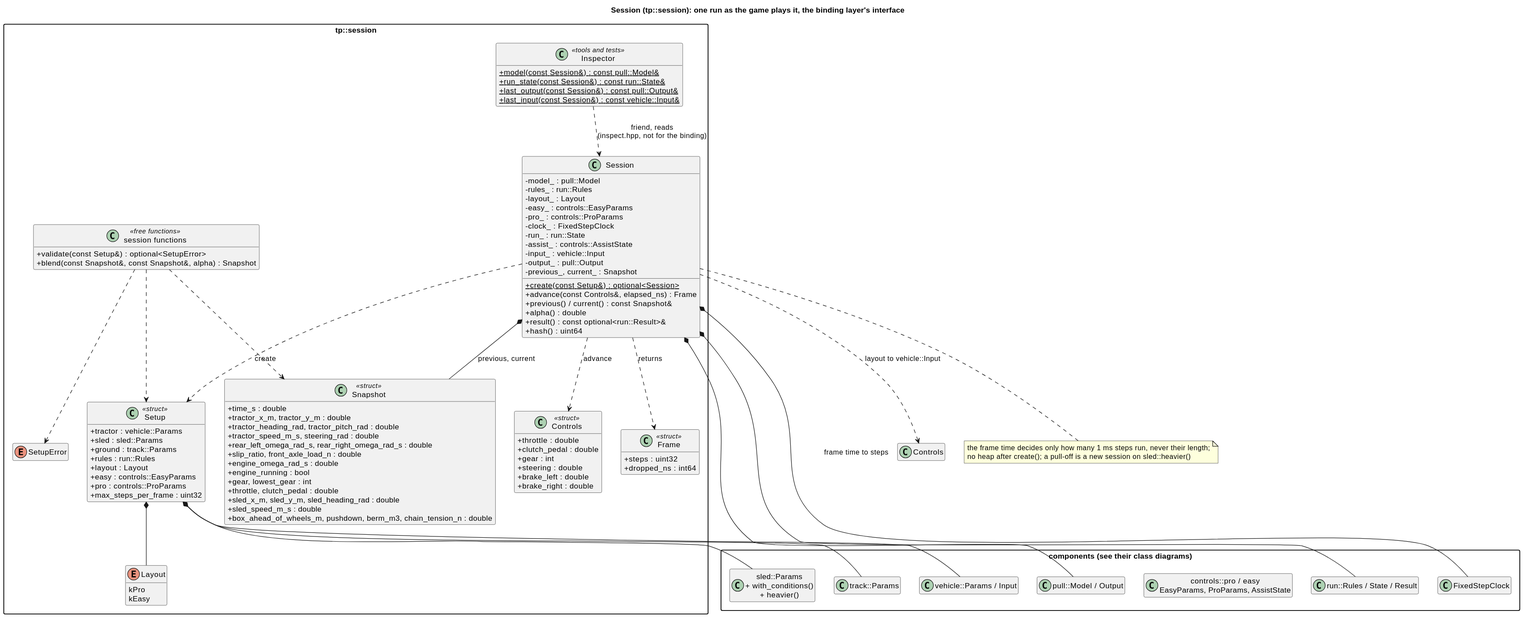
The PlantUML diagram docs/diagrams/svg/session_classes.svg in wversteeg/TractorPulling, before a commit.
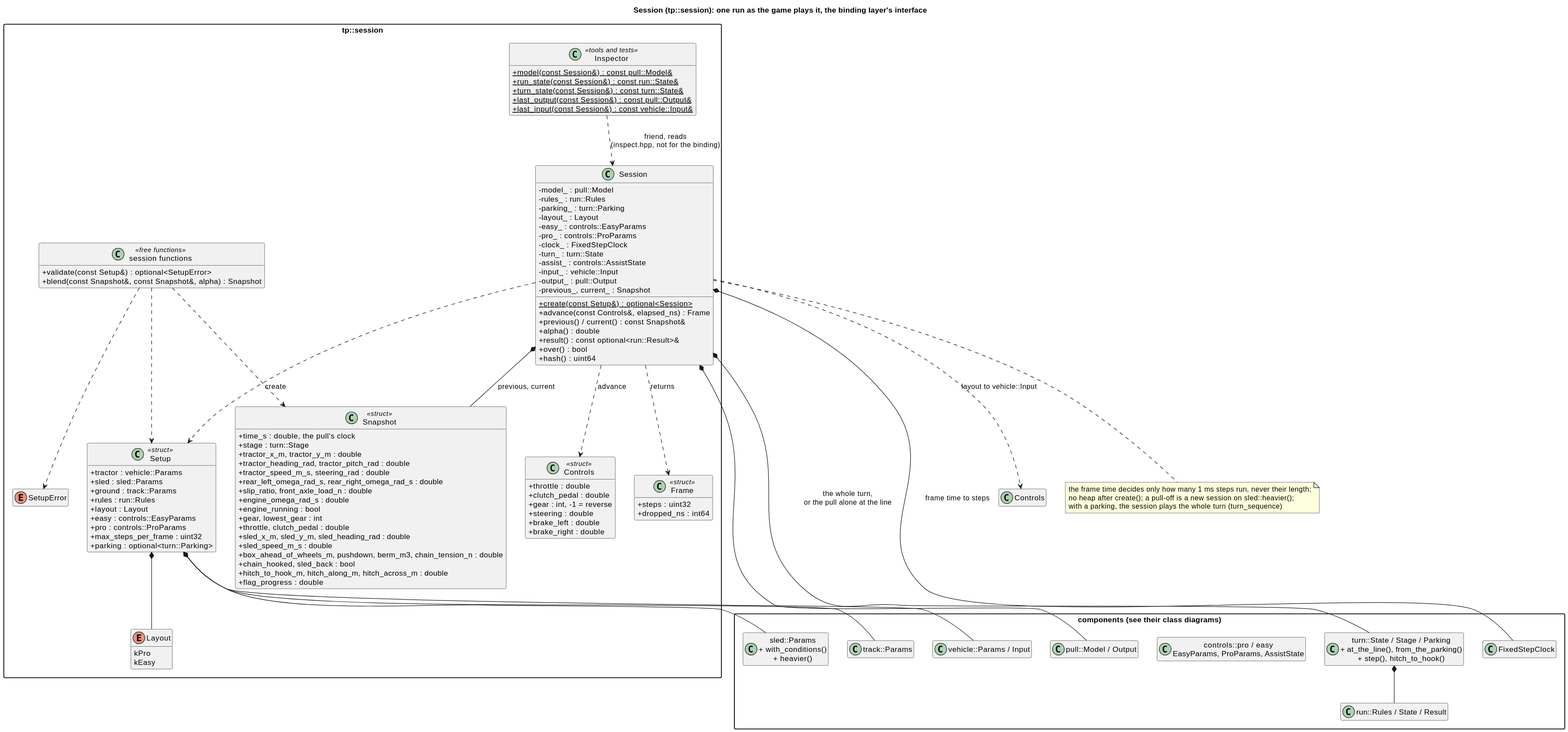
Above is the later version.

What changed in the source:
```diff
@@ -7,6 +7,7 @@
 package "components (see their class diagrams)" {
   class "pull::Model / Output" as Pull
   class "run::Rules / State / Result" as Run
+  class "turn::State / Stage / Parking\n+ at_the_line(), from_the_parking()\n+ step(), hitch_to_hook()" as Turn
   class "controls::pro / easy\nEasyParams, ProParams, AssistState" as Controls
   class "FixedStepClock" as Clock
   class "vehicle::Params / Input" as Vehicle
@@ -28,18 +29,20 @@
     +easy : controls::EasyParams
     +pro : controls::ProParams
     +max_steps_per_frame : uint32
+    +parking : optional<turn::Parking>
   }
   enum SetupError
   class Controls <<struct>> {
     +throttle : double
     +clutch_pedal : double
-    +gear : int
+    +gear : int, -1 = reverse
     +steering : double
     +brake_left : double
     +brake_right : double
   }
   class Snapshot <<struct>> {
-    +time_s : double
+    +time_s : double, the pull's clock
+    +stage : turn::Stage
     +tractor_x_m, tractor_y_m : double
     +tractor_heading_rad, tractor_pitch_rad : double
     +tractor_speed_m_s, steering_rad : double
@@ -52,6 +55,9 @@
     +sled_x_m, sled_y_m, sled_heading_rad : double
     +sled_speed_m_s : double
     +box_ahead_of_wheels_m, pushdown, berm_m3, chain_tension_n : double
+    +chain_hooked, sled_back : bool
+    +hitch_to_hook_m, hitch_along_m, hitch_across_m : double
+    +flag_progress : double
   }
   class Frame <<struct>> {
     +steps : uint32
@@ -60,11 +66,12 @@
   class Session {
     -model_ : pull::Model
     -rules_ : run::Rules
+    -parking_ : turn::Parking
     -layout_ : Layout
     -easy_ : controls::EasyParams
     -pro_ : controls::ProParams
     -clock_ : FixedStepClock
-    -run_ : run::State
+    -turn_ : turn::State
     -assist_ : controls::AssistState
     -input_ : vehicle::Input
     -output_ : pull::Output
@@ -74,11 +81,13 @@
     +previous() / current() : const Snapshot&
     +alpha() : double
     +result() : const optional<run::Result>&
+    +over() : bool
     +hash() : uint64
   }
   class Inspector <<tools and tests>> {
     +{static} model(const Session&) : const pull::Model&
     +{static} run_state(const Session&) : const run::State&
+    +{static} turn_state(const Session&) : const turn::State&
     +{static} last_output(const Session&) : const pull::Output&
     +{static} last_input(const Session&) : const vehicle::Input&
   }
@@ -100,11 +109,13 @@
 Setup *-- Sled
 Setup *-- Track
 Session *-- Pull
-Session *-- Run
+Session *-- Turn : the whole turn,\nor the pull alone at the line
+Turn *-- Run
 Session *-- Clock : frame time to steps
 Session ..> Controls : layout to vehicle::Input
 note bottom of Session
   the frame time decides only how many 1 ms steps run, never their length;
-  no heap after create(); a pull-off is a new session on sled::heavier()
+  no heap after create(); a pull-off is a new session on sled::heavier();
+  with a parking, the session plays the whole turn (turn_sequence)
 end note
 @enduml
```
